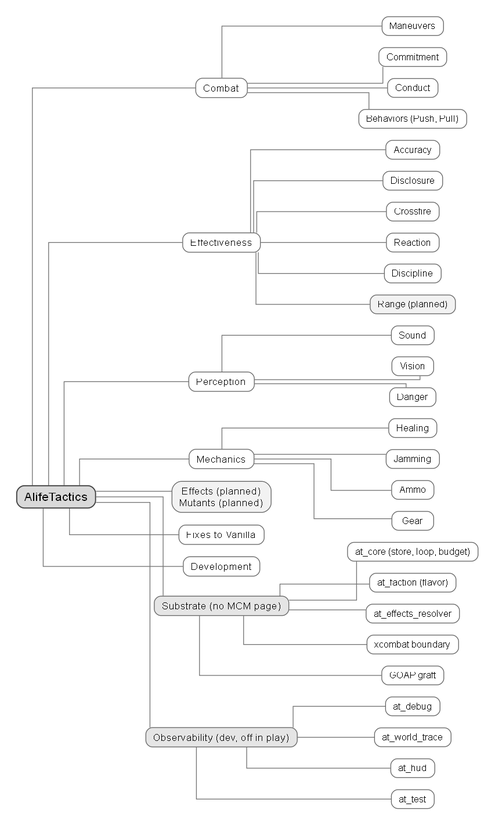
Above: doc/img/container.png in damiansirbu-stalker/AlifeTactics (Graphviz), before the change. Its source is kept beside it as doc/img/container.dot. Source of this version:
```dot
digraph at_container {
    rankdir=LR
    splines=ortho
    pad=0.3
    nodesep=0.22
    ranksep=0.9
    graph [fontname="Arial", fontsize=15]
    node  [shape=box, style="rounded,filled", fillcolor=white,
           color=gray40, fontname="Arial", fontsize=13, margin="0.14,0.07", height=0.32]
    edge  [arrowhead=none, color=gray45]

    root [label="AlifeTactics", fillcolor=gray85, color=gray25, penwidth=1.4, fontsize=16]

    combat  [label="Combat"]
    effect  [label="Effectiveness"]
    percep  [label="Perception"]
    mechan  [label="Mechanics"]
    planned [label="Effects (planned)\nMutants (planned)", fillcolor=gray95]
    fixes   [label="Fixes to Vanilla"]
    devel   [label="Development"]

    substrate [label="Substrate (no MCM page)", fillcolor=gray90]
    observ    [label="Observability (dev, off in play)", fillcolor=gray90]

    root -> combat
    root -> effect
    root -> percep
    root -> mechan
    root -> planned
    root -> fixes
    root -> devel
    root -> substrate
    root -> observ

    node [fontsize=12, fillcolor=white]

    c1 [label="Maneuvers"]; c2 [label="Commitment"]; c3 [label="Conduct"]; c4 [label="Behaviors (Push, Pull)"]
    combat -> c1; combat -> c2; combat -> c3; combat -> c4

    e1 [label="Accuracy"]; e2 [label="Disclosure"]; e3 [label="Crossfire"]; e4 [label="Reaction"]; e5 [label="Discipline"]; e6 [label="Range (planned)", fillcolor=gray95]
    effect -> e1; effect -> e2; effect -> e3; effect -> e4; effect -> e5; effect -> e6

    p1 [label="Sound"]; p2 [label="Vision"]; p3 [label="Danger"]
    percep -> p1; percep -> p2; percep -> p3

    m1 [label="Healing"]; m2 [label="Jamming"]; m3 [label="Ammo"]; m4 [label="Gear"]
    mechan -> m1; mechan -> m2; mechan -> m3; mechan -> m4

    s1 [label="at_core (store, loop, budget)"]; s2 [label="at_faction (flavor)"]
    s3 [label="at_effects_resolver"]; s4 [label="xcombat boundary"]; s5 [label="GOAP graft"]
    substrate -> s1; substrate -> s2; substrate -> s3; substrate -> s4; substrate -> s5

    o1 [label="at_debug"]; o2 [label="at_world_trace"]; o3 [label="at_hud"]; o4 [label="at_test"]
    observ -> o1; observ -> o2; observ -> o3; observ -> o4
}
```
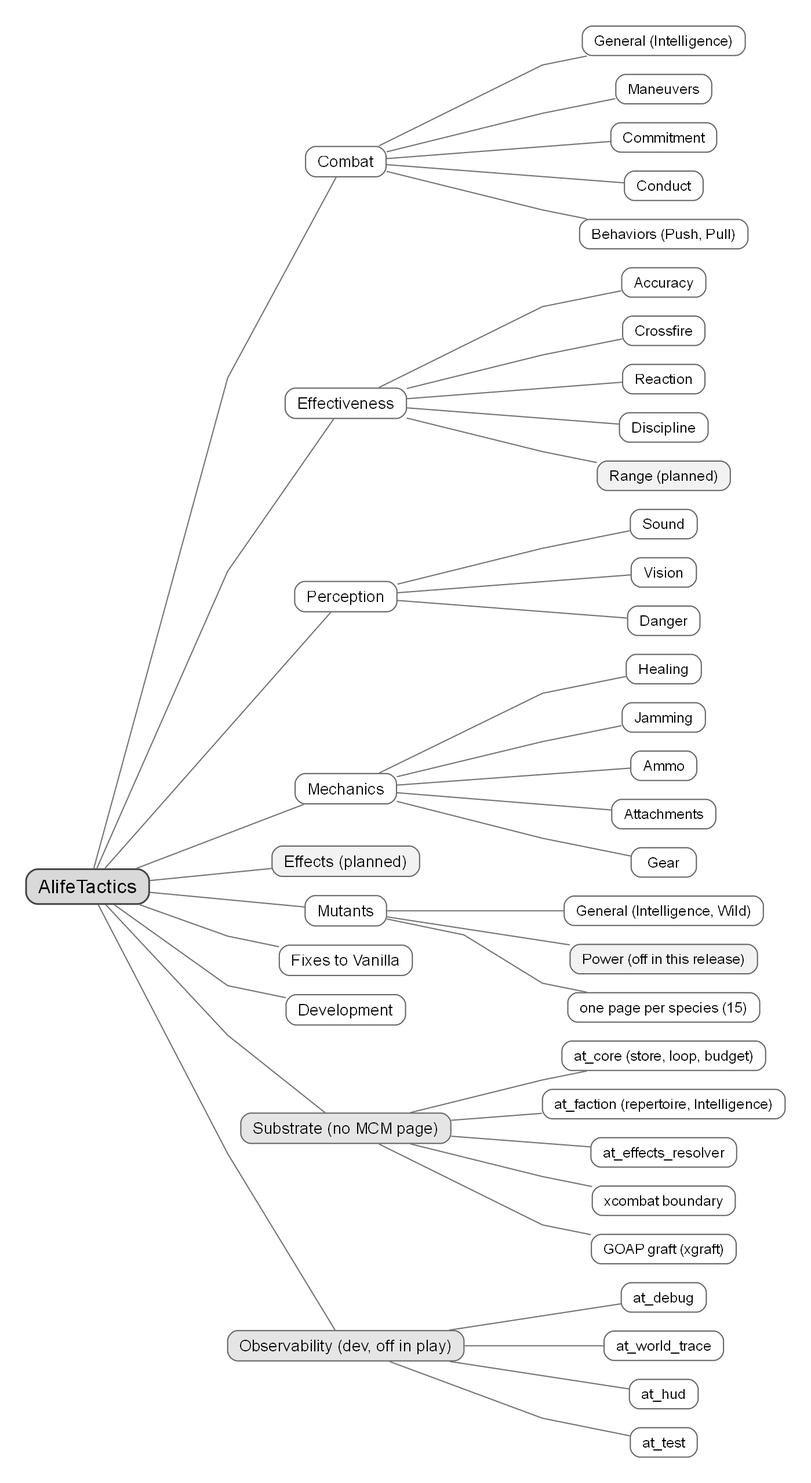
After the change.

Commit message:
docs(architecture): redraw the diagrams for mutants and the decision model

Change to the diagram source:
```diff
@@ -1,6 +1,6 @@
 digraph at_container {
     rankdir=LR
-    splines=ortho
+    splines=polyline
     pad=0.3
     nodesep=0.22
     ranksep=0.9
@@ -15,7 +15,8 @@
     effect  [label="Effectiveness"]
     percep  [label="Perception"]
     mechan  [label="Mechanics"]
-    planned [label="Effects (planned)\nMutants (planned)", fillcolor=gray95]
+    effects [label="Effects (planned)", fillcolor=gray95]
+    mutants [label="Mutants"]
     fixes   [label="Fixes to Vanilla"]
     devel   [label="Development"]
 
@@ -26,7 +27,8 @@
     root -> effect
     root -> percep
     root -> mechan
-    root -> planned
+    root -> effects
+    root -> mutants
     root -> fixes
     root -> devel
     root -> substrate
@@ -34,20 +36,23 @@
 
     node [fontsize=12, fillcolor=white]
 
-    c1 [label="Maneuvers"]; c2 [label="Commitment"]; c3 [label="Conduct"]; c4 [label="Behaviors (Push, Pull)"]
-    combat -> c1; combat -> c2; combat -> c3; combat -> c4
+    c0 [label="General (Intelligence)"]; c1 [label="Maneuvers"]; c2 [label="Commitment"]; c3 [label="Conduct"]; c4 [label="Behaviors (Push, Pull)"]
+    combat -> c0; combat -> c1; combat -> c2; combat -> c3; combat -> c4
 
-    e1 [label="Accuracy"]; e2 [label="Disclosure"]; e3 [label="Crossfire"]; e4 [label="Reaction"]; e5 [label="Discipline"]; e6 [label="Range (planned)", fillcolor=gray95]
-    effect -> e1; effect -> e2; effect -> e3; effect -> e4; effect -> e5; effect -> e6
+    e1 [label="Accuracy"]; e2 [label="Crossfire"]; e3 [label="Reaction"]; e4 [label="Discipline"]; e5 [label="Range (planned)", fillcolor=gray95]
+    effect -> e1; effect -> e2; effect -> e3; effect -> e4; effect -> e5
 
     p1 [label="Sound"]; p2 [label="Vision"]; p3 [label="Danger"]
     percep -> p1; percep -> p2; percep -> p3
 
-    m1 [label="Healing"]; m2 [label="Jamming"]; m3 [label="Ammo"]; m4 [label="Gear"]
-    mechan -> m1; mechan -> m2; mechan -> m3; mechan -> m4
+    m1 [label="Healing"]; m2 [label="Jamming"]; m3 [label="Ammo"]; m4 [label="Attachments"]; m5 [label="Gear"]
+    mechan -> m1; mechan -> m2; mechan -> m3; mechan -> m4; mechan -> m5
 
-    s1 [label="at_core (store, loop, budget)"]; s2 [label="at_faction (flavor)"]
-    s3 [label="at_effects_resolver"]; s4 [label="xcombat boundary"]; s5 [label="GOAP graft"]
+    u1 [label="General (Intelligence, Wild)"]; u2 [label="Power (off in this release)", fillcolor=gray95]; u3 [label="one page per species (15)"]
+    mutants -> u1; mutants -> u2; mutants -> u3
+
+    s1 [label="at_core (store, loop, budget)"]; s2 [label="at_faction (repertoire, Intelligence)"]
+    s3 [label="at_effects_resolver"]; s4 [label="xcombat boundary"]; s5 [label="GOAP graft (xgraft)"]
     substrate -> s1; substrate -> s2; substrate -> s3; substrate -> s4; substrate -> s5
 
     o1 [label="at_debug"]; o2 [label="at_world_trace"]; o3 [label="at_hud"]; o4 [label="at_test"]
```
